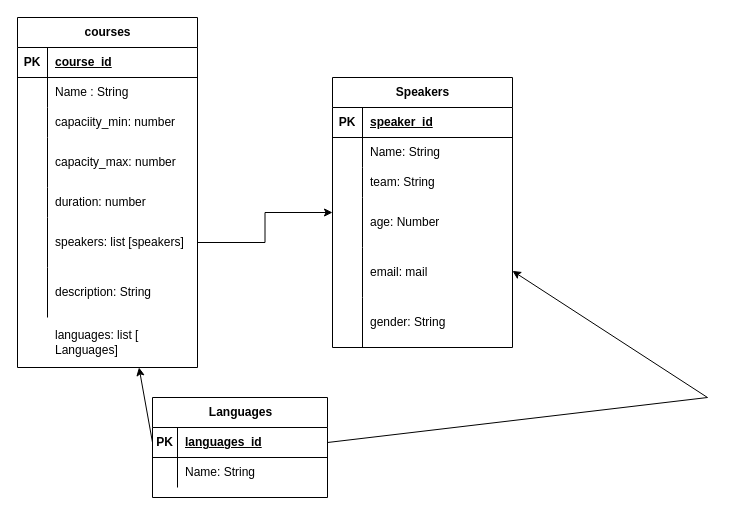
JBadiaAn/MyFirstRepo keeps this draw.io diagram as Diagrama sense títol.drawio. Above is the earlier version. Source tidied: cells renumbered, new cells numbered last; positions are measured from the earlier drawing's top-left corner, leaving out a move shared by most shapes. Both pictures are drawn from the tidied source at 100%, with x=0, y=0 at pixel (17, 17).
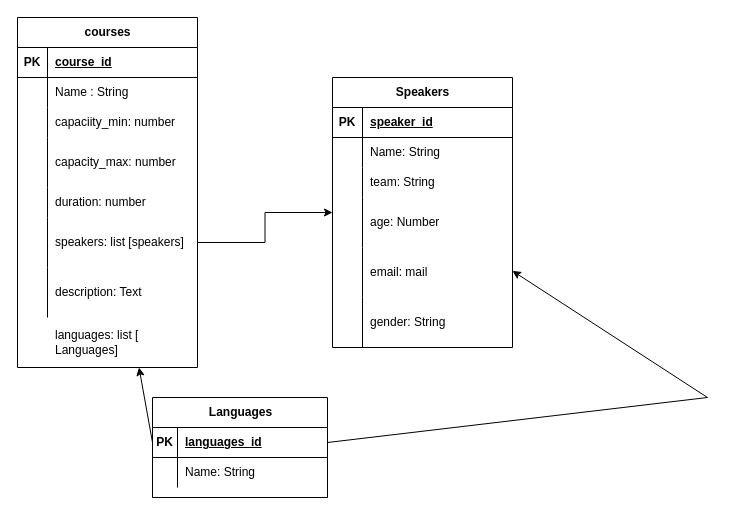
Above is the later version.

The change refers to these unchanged cells:
```xml
<mxCell id="22" style="shape=tableRow;horizontal=0;startSize=0;swimlaneHead=0;swimlaneBody=0;fillColor=none;top=0;left=0;right=0;bottom=0;" parent="3" vertex="1">
  <mxGeometry y="250" width="180" height="50" as="geometry" />
</mxCell>
```

Diff of the diagram source:
```diff
@@
-    <mxCell id="24" value="description: String" style="shape=partialRectangle;fillColor=none;top=0;left=0;bottom=0;right=0;align=left;spacingLeft=6;overflow=hidden;whiteSpace=wrap;html=1;" parent="22" vertex="1">
+    <mxCell id="24" value="description: Text" style="shape=partialRectangle;fillColor=none;top=0;left=0;bottom=0;right=0;align=left;spacingLeft=6;overflow=hidden;whiteSpace=wrap;html=1;" parent="22" vertex="1">
       <mxGeometry x="30" width="150" height="50" as="geometry" />
     </mxCell>
```
